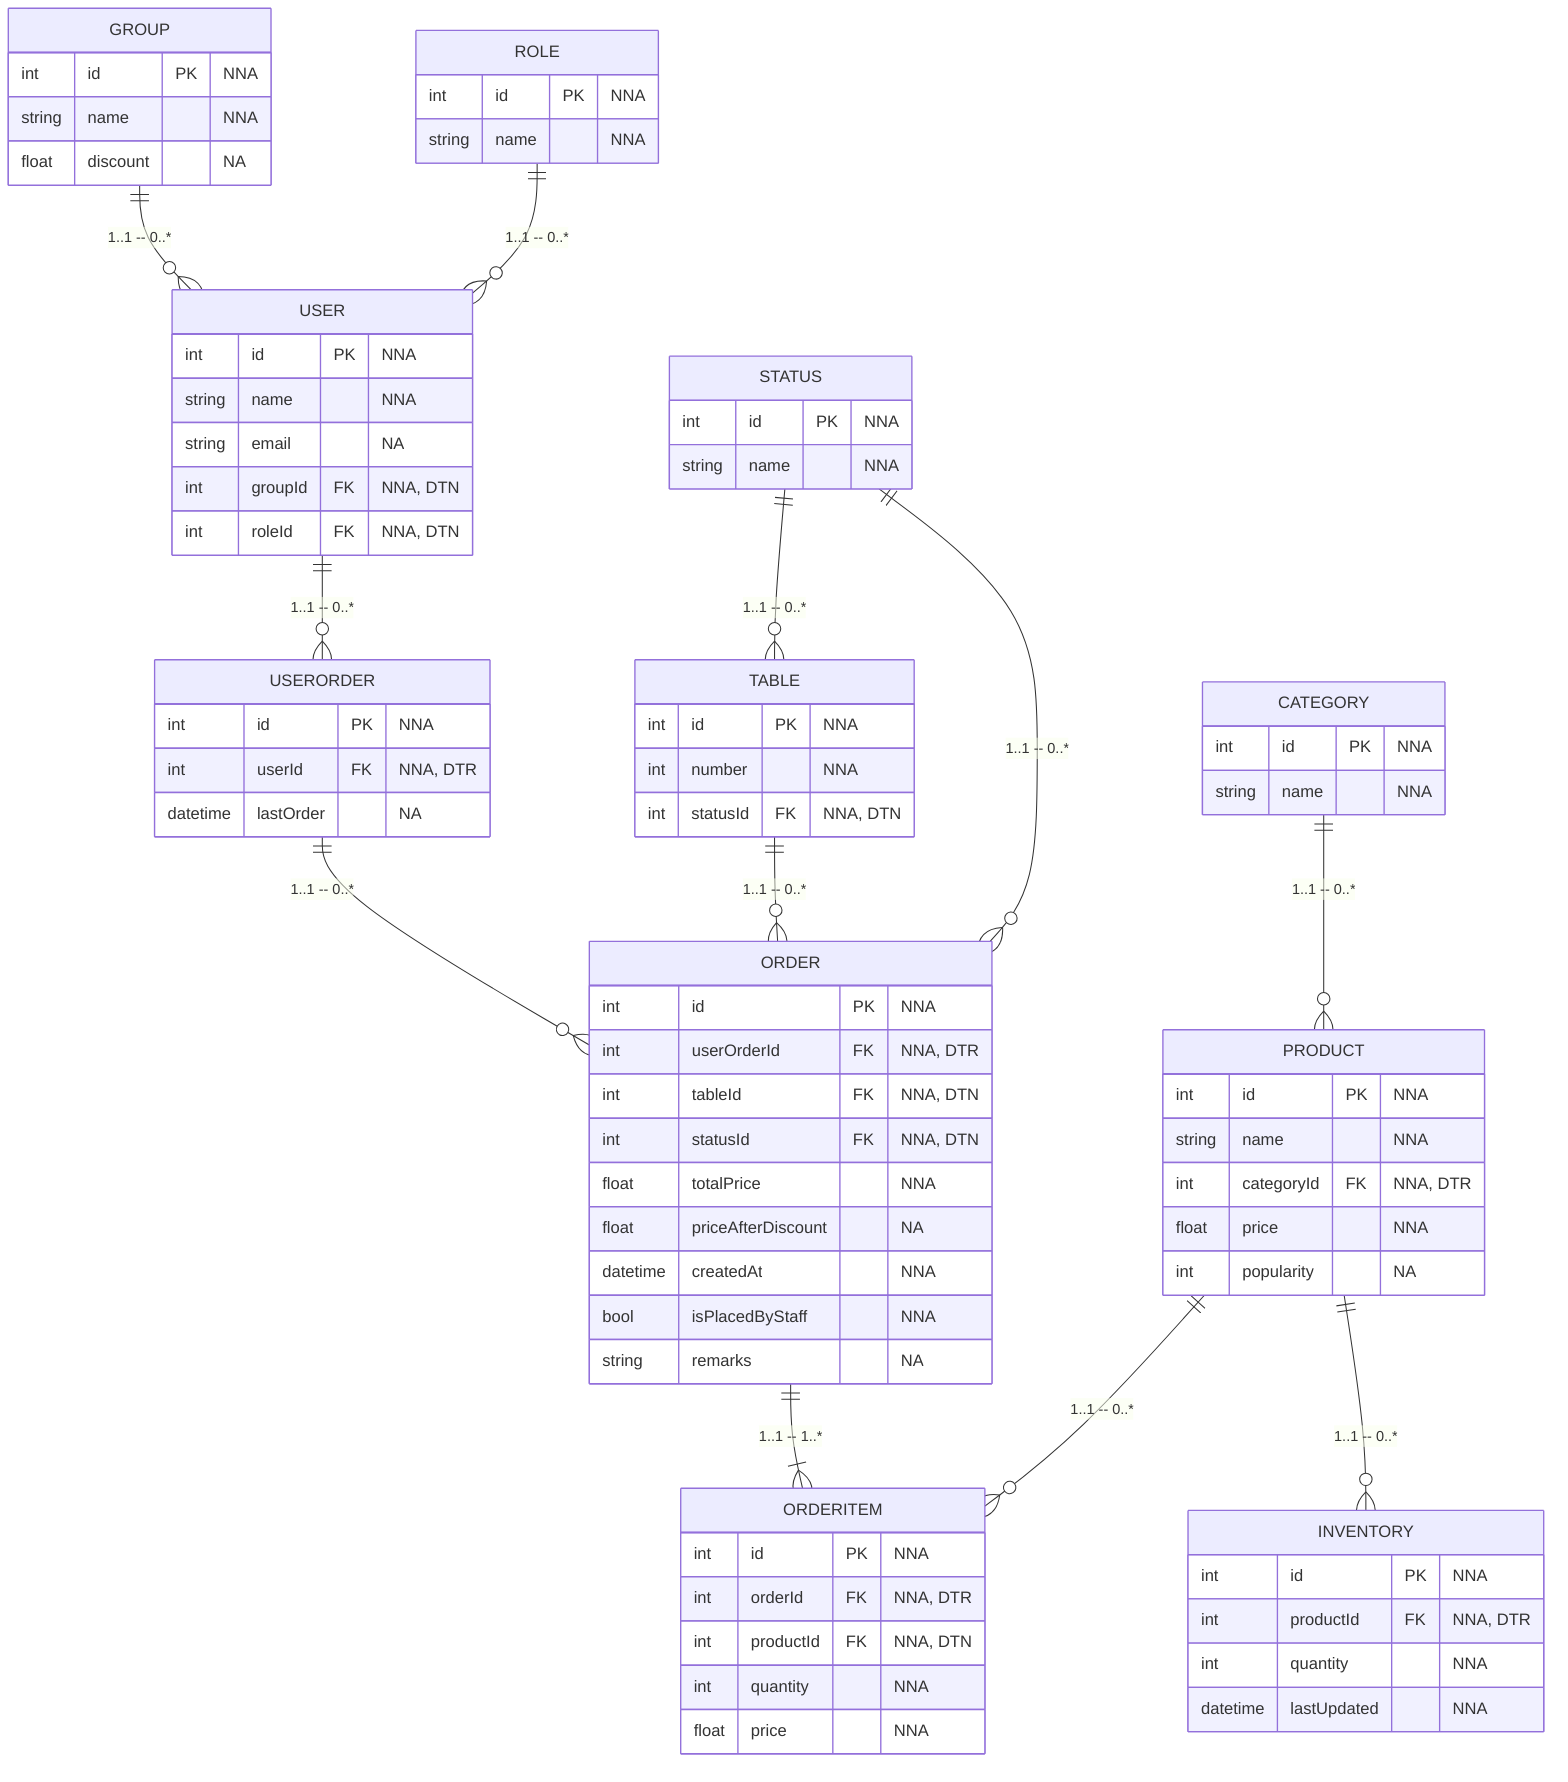
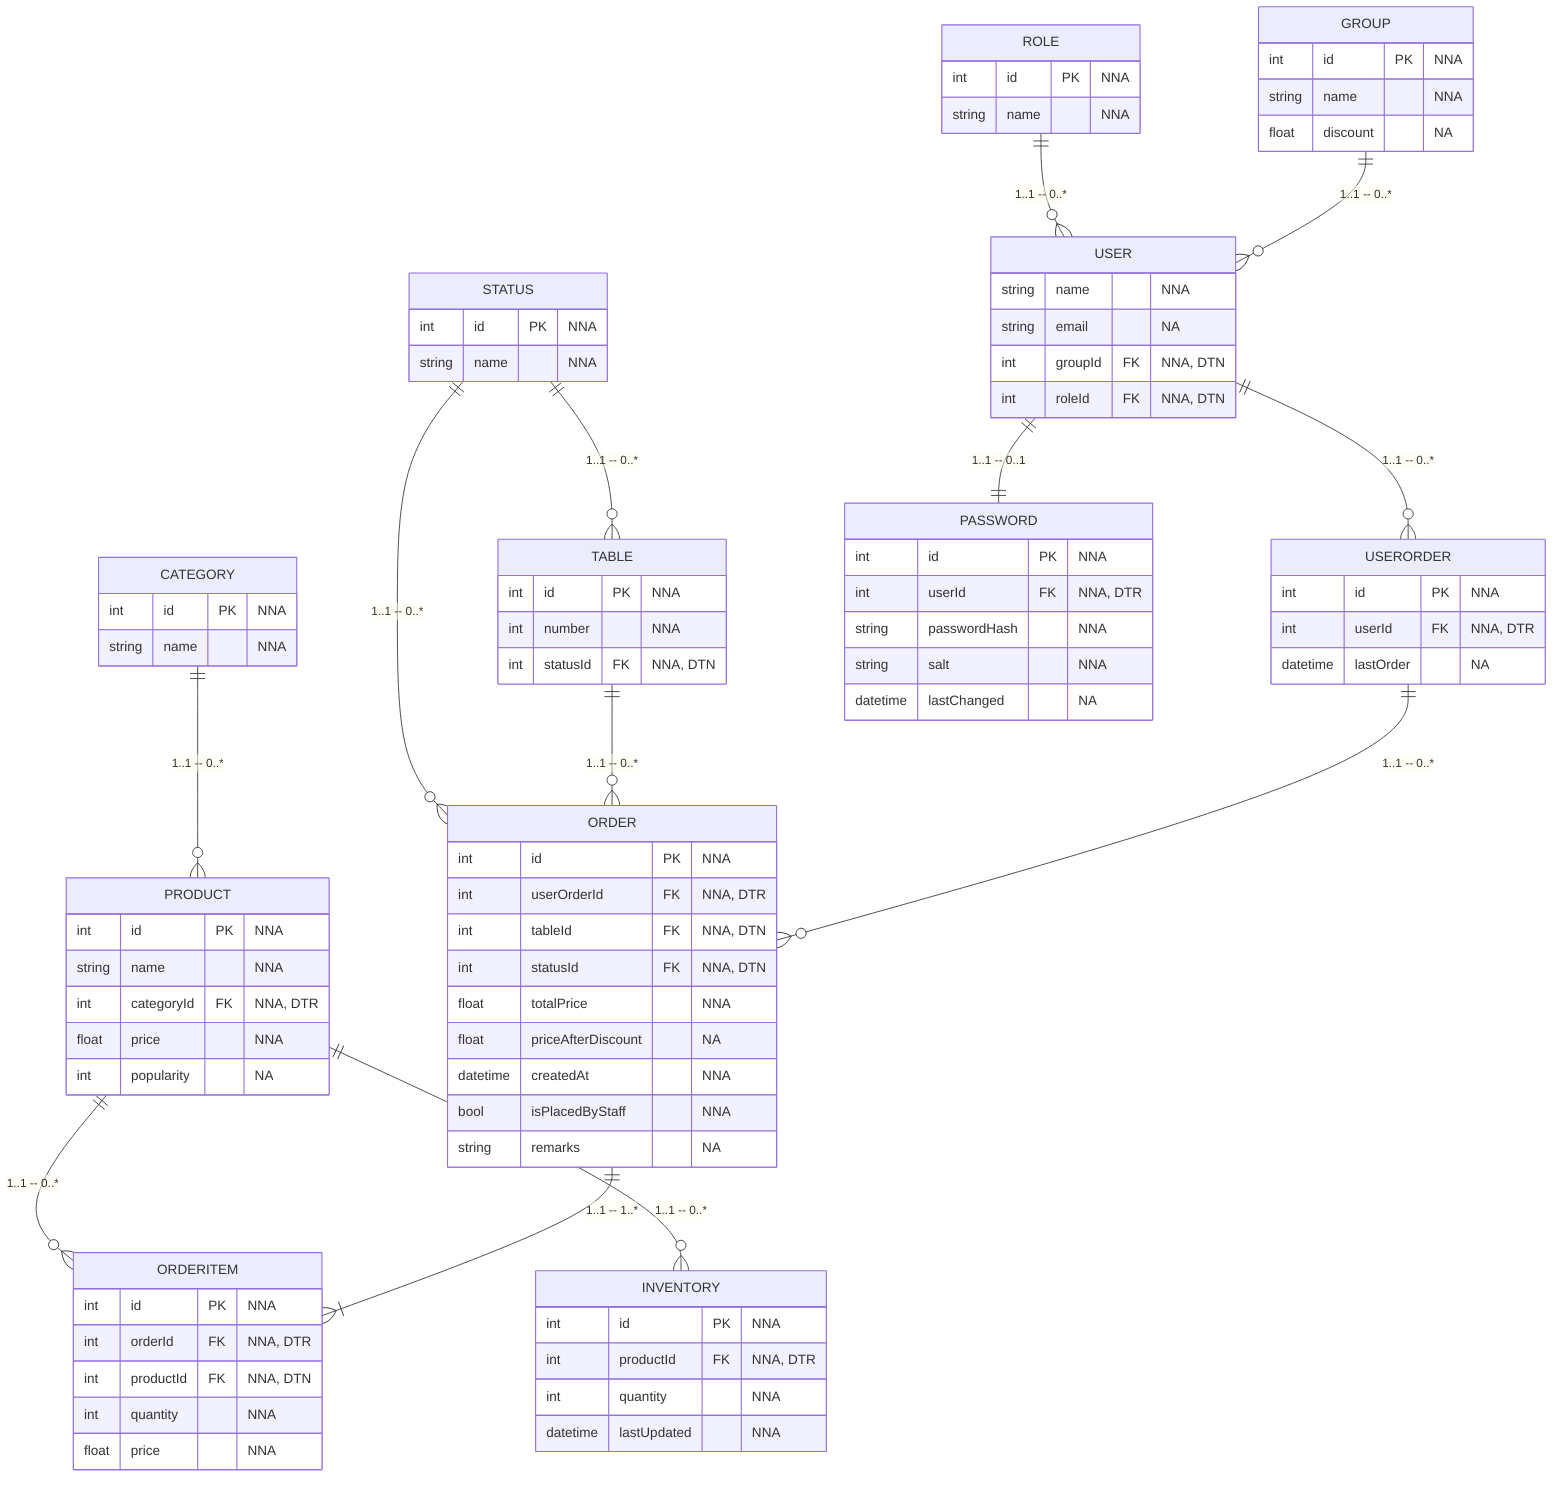
+ %% Note: userId in PASSWORD should be unique to enforce one-to-one relationship with USER.
+ 
erDiagram
    USER ||--o{ USERORDER : "1..1 -- 0..*"
    USERORDER ||--o{ ORDER : "1..1 -- 0..*"
    TABLE ||--o{ ORDER : "1..1 -- 0..*"
    ORDER ||--|{ ORDERITEM : "1..1 -- 1..*"
    PRODUCT ||--o{ ORDERITEM : "1..1 -- 0..*"
    GROUP ||--o{ USER : "1..1 -- 0..*"
    CATEGORY ||--o{ PRODUCT : "1..1 -- 0..*"
    PRODUCT ||--o{ INVENTORY : "1..1 -- 0..*"
    ROLE ||--o{ USER : "1..1 -- 0..*"
    STATUS ||--o{ TABLE : "1..1 -- 0..*"
    STATUS ||--o{ ORDER : "1..1 -- 0..*"
+     USER ||--|| PASSWORD : "1..1 -- 0..1"

    USER {
-         int id PK "NNA"
        string name "NNA"
        string email "NA"
        int groupId FK "NNA, DTN"
        int roleId FK "NNA, DTN"
+     }
+     PASSWORD {
+         int id PK "NNA"
+         int userId FK "NNA, DTR"
+         string passwordHash "NNA"
+         string salt "NNA"
+         datetime lastChanged "NA"
    }
    ROLE {
        int id PK "NNA"
        string name "NNA"
    }
    USERORDER {
        int id PK "NNA"
        int userId FK "NNA, DTR"
        datetime lastOrder "NA"
    }
    GROUP {
        int id PK "NNA"
        string name "NNA"
        float discount "NA"
    }
    TABLE {
        int id PK "NNA"
        int number "NNA"
        int statusId FK "NNA, DTN"
    }
    PRODUCT {
        int id PK "NNA"
        string name "NNA"
        int categoryId FK "NNA, DTR"
        float price "NNA"
        int popularity "NA"
    }
    CATEGORY {
        int id PK "NNA"
        string name "NNA"
    }
    ORDER {
        int id PK "NNA"
        int userOrderId FK "NNA, DTR"
        int tableId FK "NNA, DTN"
        int statusId FK "NNA, DTN"
        float totalPrice "NNA"
        float priceAfterDiscount "NA"
        datetime createdAt "NNA"
        bool isPlacedByStaff "NNA"
        string remarks "NA"
    }
    STATUS {
        int id PK "NNA"
        string name "NNA"
    }
    ORDERITEM {
        int id PK "NNA"
        int orderId FK "NNA, DTR"
        int productId FK "NNA, DTN"
        int quantity "NNA"
        float price "NNA"
    }
    INVENTORY {
        int id PK "NNA"
        int productId FK "NNA, DTR"
        int quantity "NNA"
        datetime lastUpdated "NNA"
    }
